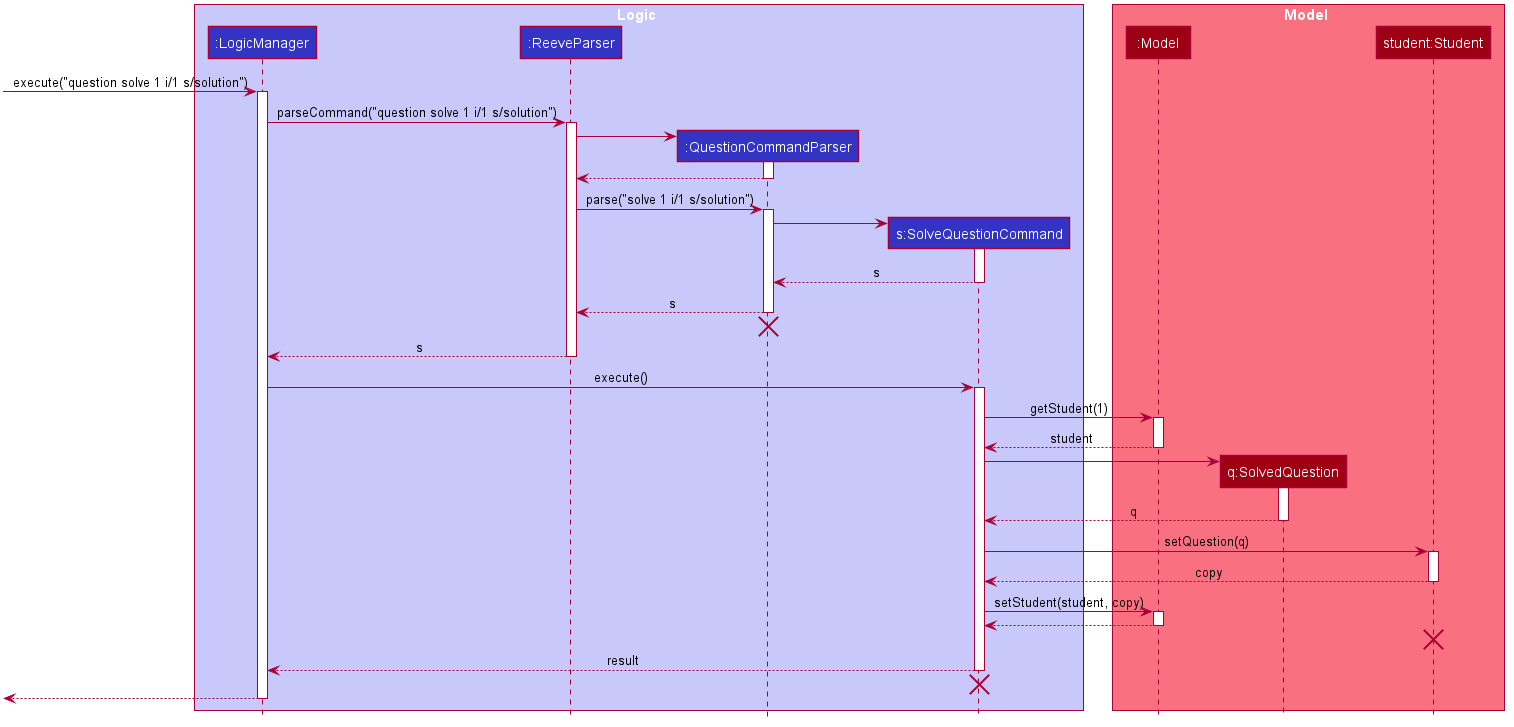
Before: docs/images/SolveQuestionSequenceDiagram.png, a diagram exported from PlantUML (nus-cs2103-AY2021S1/tp).
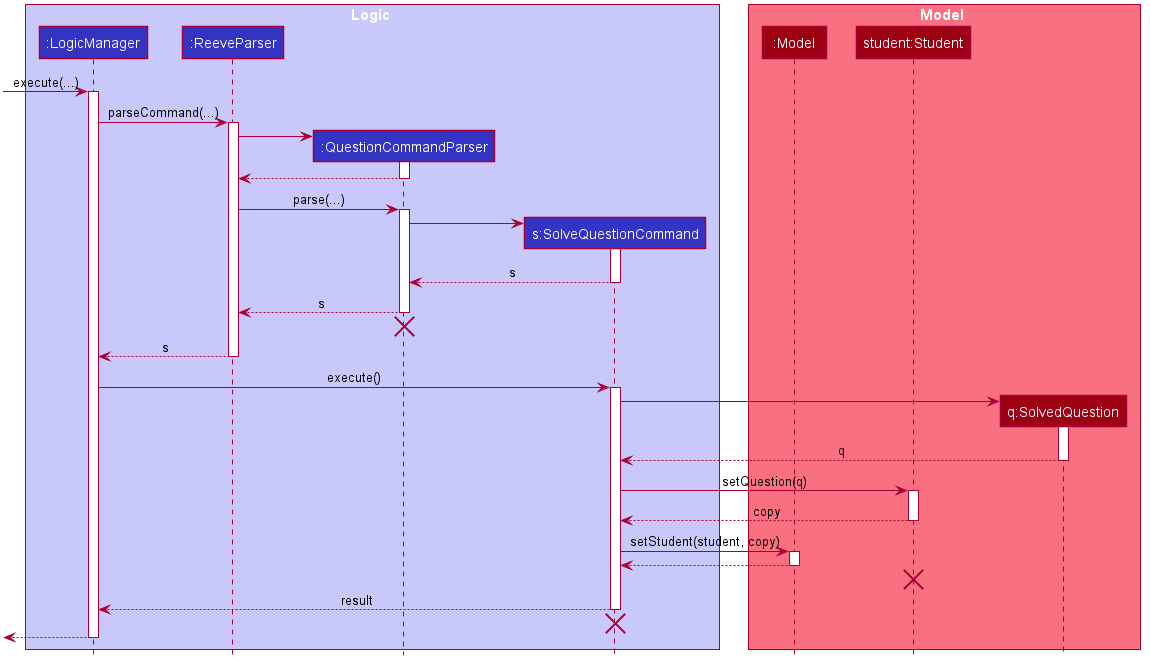
The same diagram one commit later.

Commit message:
Improve sequence diagrams, PPP

Change to the diagram source:
```diff
@@ -57,14 +57,14 @@
 
 box Model #F97181
 participant ":Model" as Model #9D0012
+participant "student:Student" as Student #9D0012
 participant "q:SolvedQuestion" as Question #9D0012
-participant "student:Student" as Student #9D0012
 end box
 
-[-> LogicManager : execute("question solve 1 i/1 s/solution")
+[-> LogicManager : execute(...)
 activate LogicManager
 
-LogicManager -> ReeveParser : parseCommand("question solve 1 i/1 s/solution")
+LogicManager -> ReeveParser : parseCommand(...)
 activate ReeveParser
 
 create QuestionCommandParser
@@ -74,7 +74,7 @@
 QuestionCommandParser --> ReeveParser
 deactivate QuestionCommandParser
 
-ReeveParser -> QuestionCommandParser : parse("solve 1 i/1 s/solution")
+ReeveParser -> QuestionCommandParser : parse(...)
 activate QuestionCommandParser
 
 create SolveQuestionCommand
@@ -95,12 +95,6 @@
 
 LogicManager -> SolveQuestionCommand : execute()
 activate SolveQuestionCommand
-
-SolveQuestionCommand -> Model : getStudent(1)
-activate Model
-
-Model --> SolveQuestionCommand : student
-deactivate Model
 
 create Question
 SolveQuestionCommand -> Question
```
